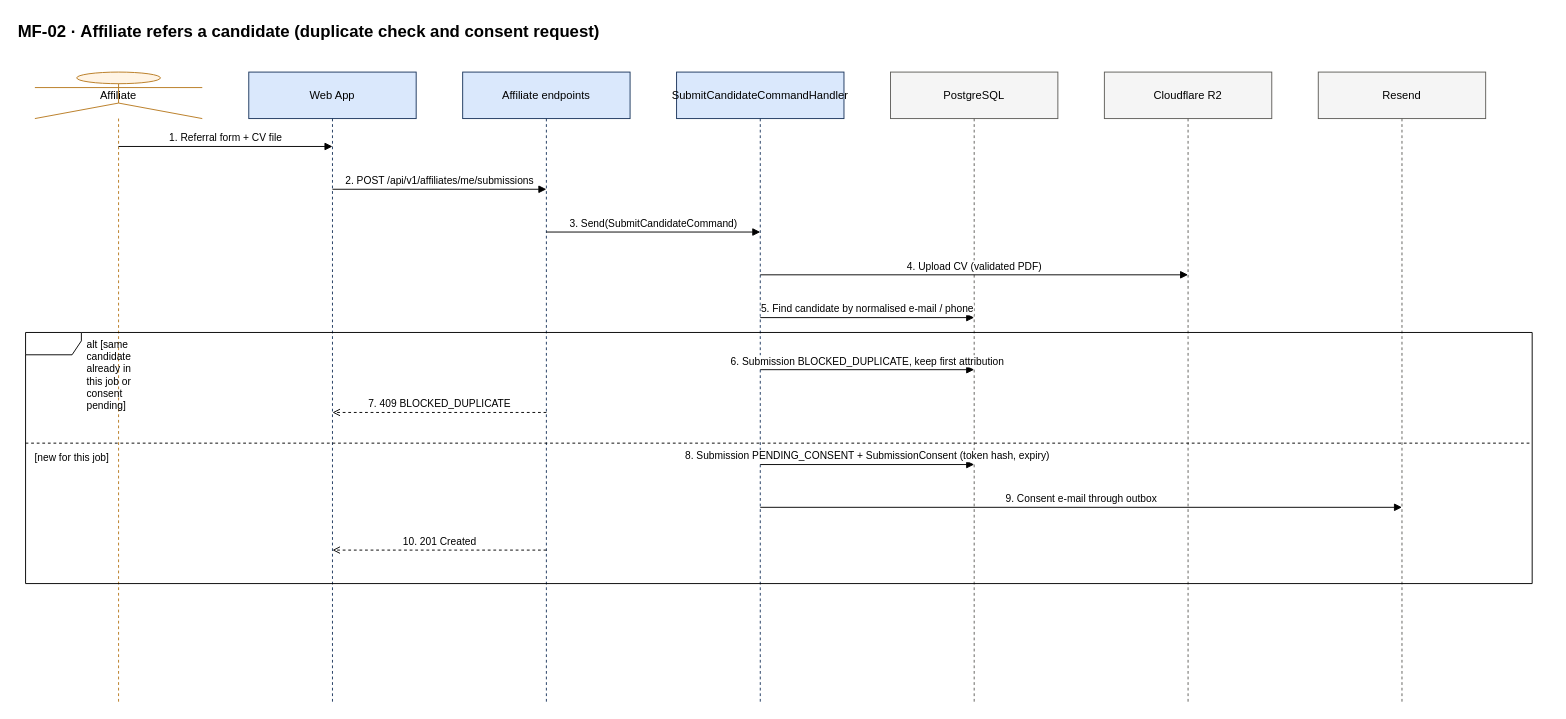
This is docs/diagrams/sequences/source/seq-mf02-affiliate-referral.drawio from hoangqui794/hr-connect, a draw.io file, before an edit. Source tidied: cells renumbered, new cells numbered last; positions are measured from the earlier drawing's top-left corner, leaving out a move shared by most shapes. Both pictures are drawn from the tidied source at 93%, with x=0, y=0 at pixel (16, 16).
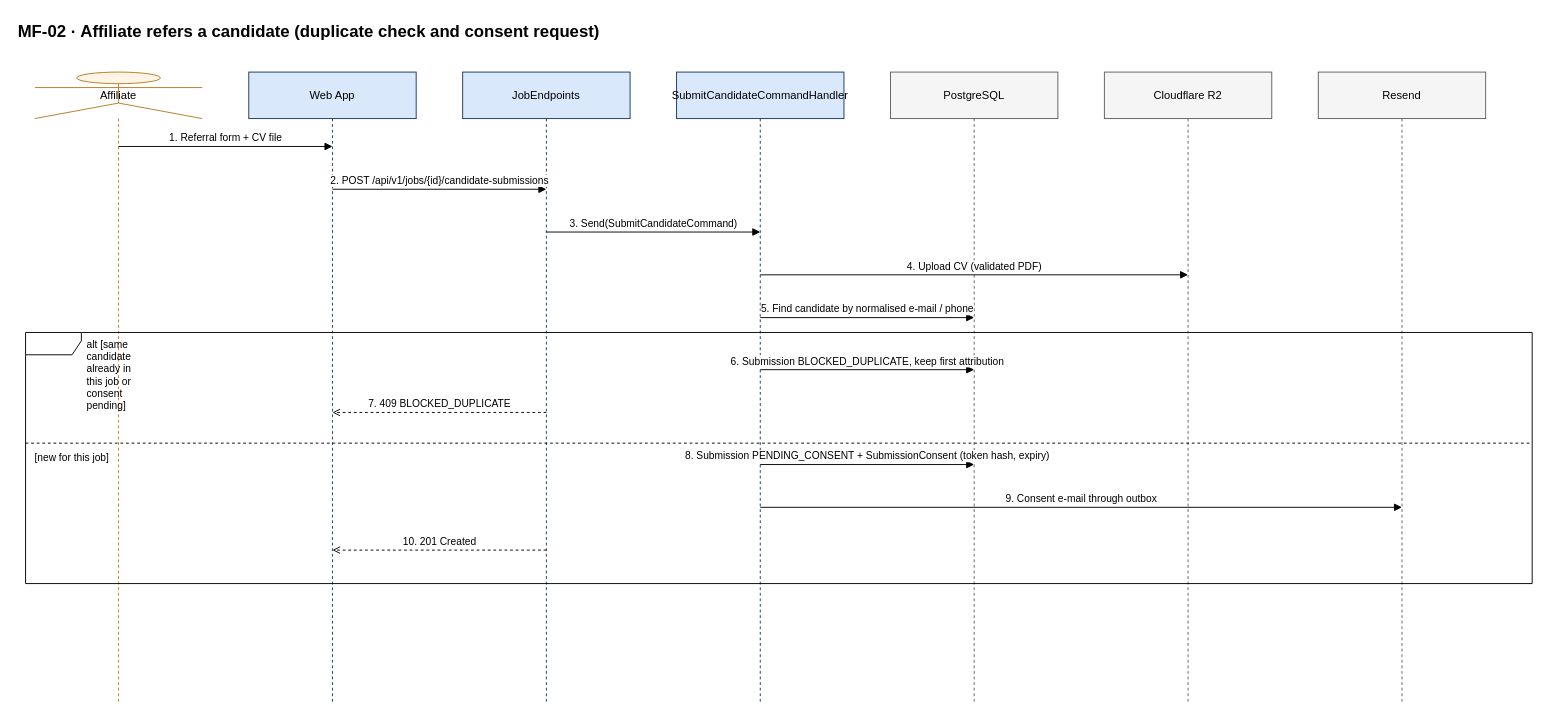
Above is the later version.

The edit, as a diff of the source:
```diff
@@
-    <mxCell id="5" value="Affiliate endpoints" style="shape=umlLifeline;perimeter=lifelinePerimeter;whiteSpace=wrap;html=1;size=50;fillColor=#DAE8FC;strokeColor=#1B365D;" parent="1" vertex="1">
+    <mxCell id="5" value="JobEndpoints" style="shape=umlLifeline;perimeter=lifelinePerimeter;whiteSpace=wrap;html=1;size=50;fillColor=#DAE8FC;strokeColor=#1B365D;" parent="1" vertex="1">
       <mxGeometry x="480" y="60" width="180" height="678" as="geometry" />
     </mxCell>
@@
-    <mxCell id="11" value="2. POST /api/v1/affiliates/me/submissions" style="html=1;verticalAlign=bottom;endArrow=block;endFill=1;fontSize=11;labelBackgroundColor=#FFFFFF;" parent="1" edge="1">
+    <mxCell id="11" value="2. POST /api/v1/jobs/{id}/candidate-submissions" style="html=1;verticalAlign=bottom;endArrow=block;endFill=1;fontSize=11;labelBackgroundColor=#FFFFFF;" parent="1" edge="1">
       <mxGeometry relative="1" as="geometry">
         <mxPoint x="340" y="186" as="sourcePoint" />
         <mxPoint x="570" y="186" as="targetPoint" />
       </mxGeometry>
     </mxCell>
```
